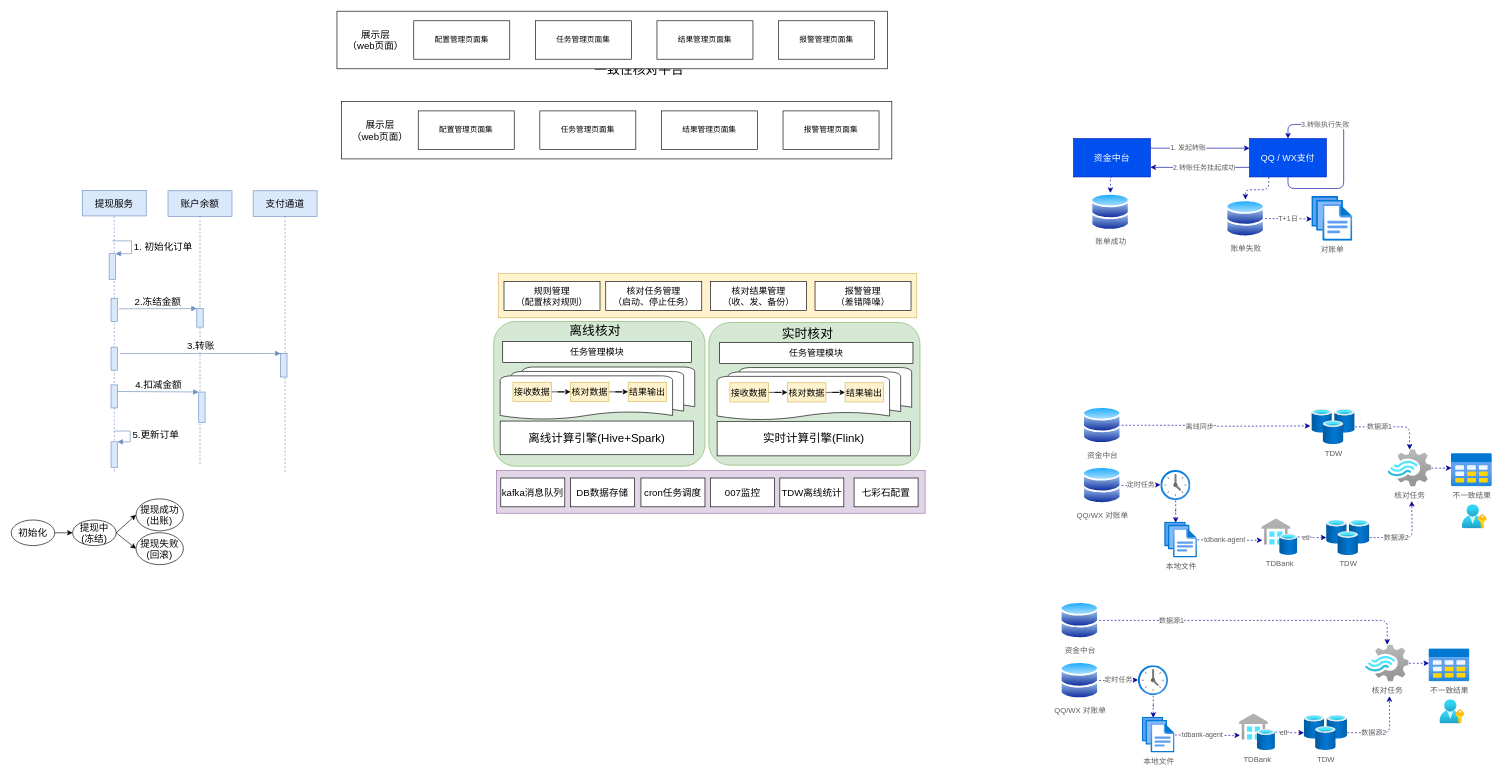
The draw.io diagram page "Page-2" (2 of 2) of Untitled Diagram.drawio in wutongshu1993/blog, before the edit. Source tidied: cells renumbered, new cells numbered last; positions are measured from the earlier drawing's top-left corner, leaving out a move shared by most shapes. Both pictures are drawn from the tidied source at 64%, with x=0, y=0 at pixel (11, 11).
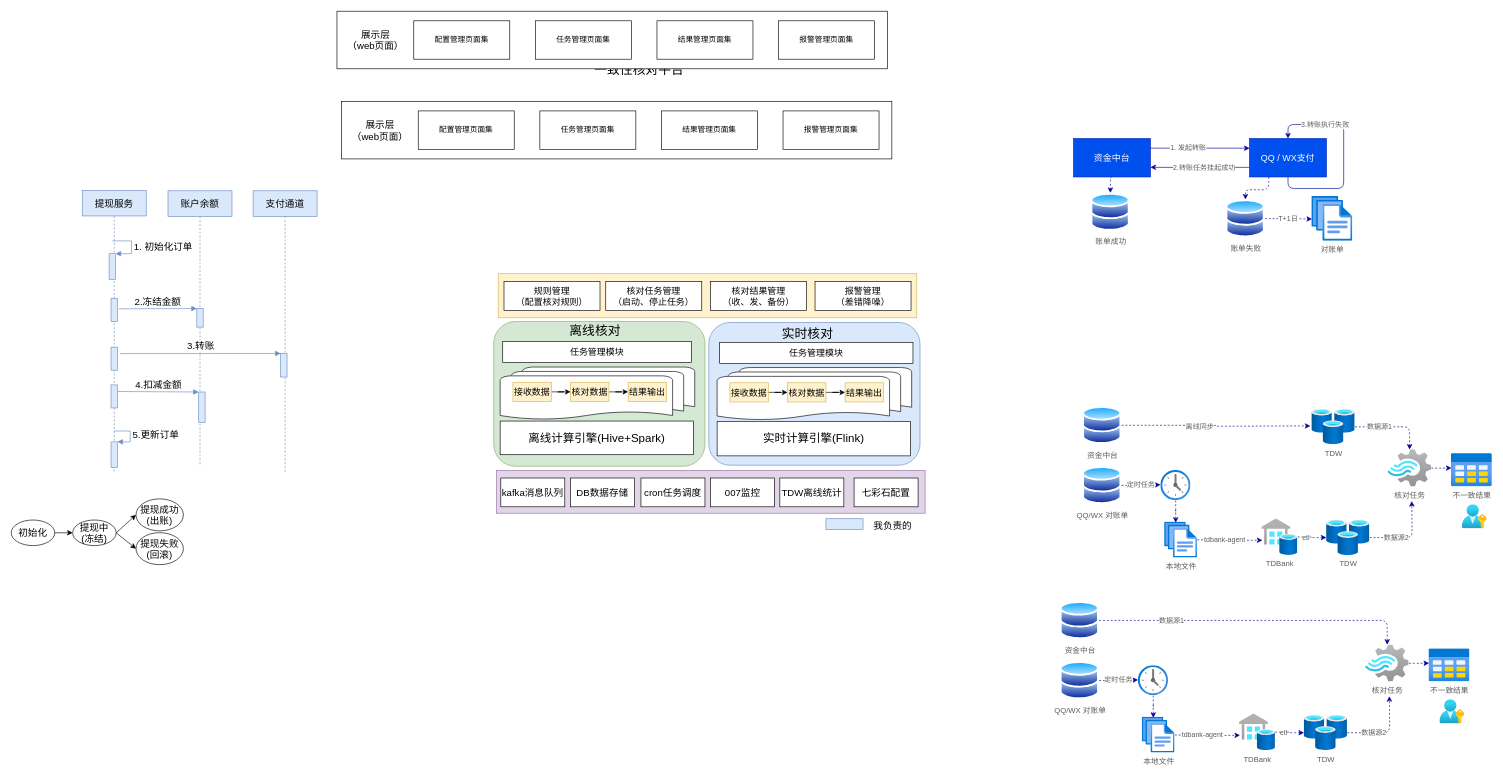
After the change.

The edit, as a diff of the source:
```diff
@@
-    <mxCell id="62" style="rounded=1;whiteSpace=wrap;html=1;strokeWidth=1;fillColor=#d5e8d4;strokeColor=#82b366;" parent="1" vertex="1">
+    <mxCell id="62" style="rounded=1;whiteSpace=wrap;html=1;strokeWidth=1;fillColor=#dae8fc;strokeColor=#6c8ebf;" parent="1" vertex="1">
       <mxGeometry x="1090" y="486.4" width="330" height="223" as="geometry" />
     </mxCell>
@@
+    <mxCell id="130" style="rounded=0;whiteSpace=wrap;html=1;fillColor=#dae8fc;strokeColor=#6c8ebf;" parent="1" vertex="1">
+      <mxGeometry x="1273" y="793" width="58" height="17" as="geometry" />
+    </mxCell>
+    <mxCell id="131" value="&lt;font style=&quot;font-size: 15px&quot;&gt;我负责的&lt;/font&gt;" style="text;html=1;align=center;verticalAlign=middle;strokeColor=none;fillColor=none;" parent="1" vertex="1">
+      <mxGeometry x="1342" y="793" width="70" height="19" as="geometry" />
+    </mxCell>
```
